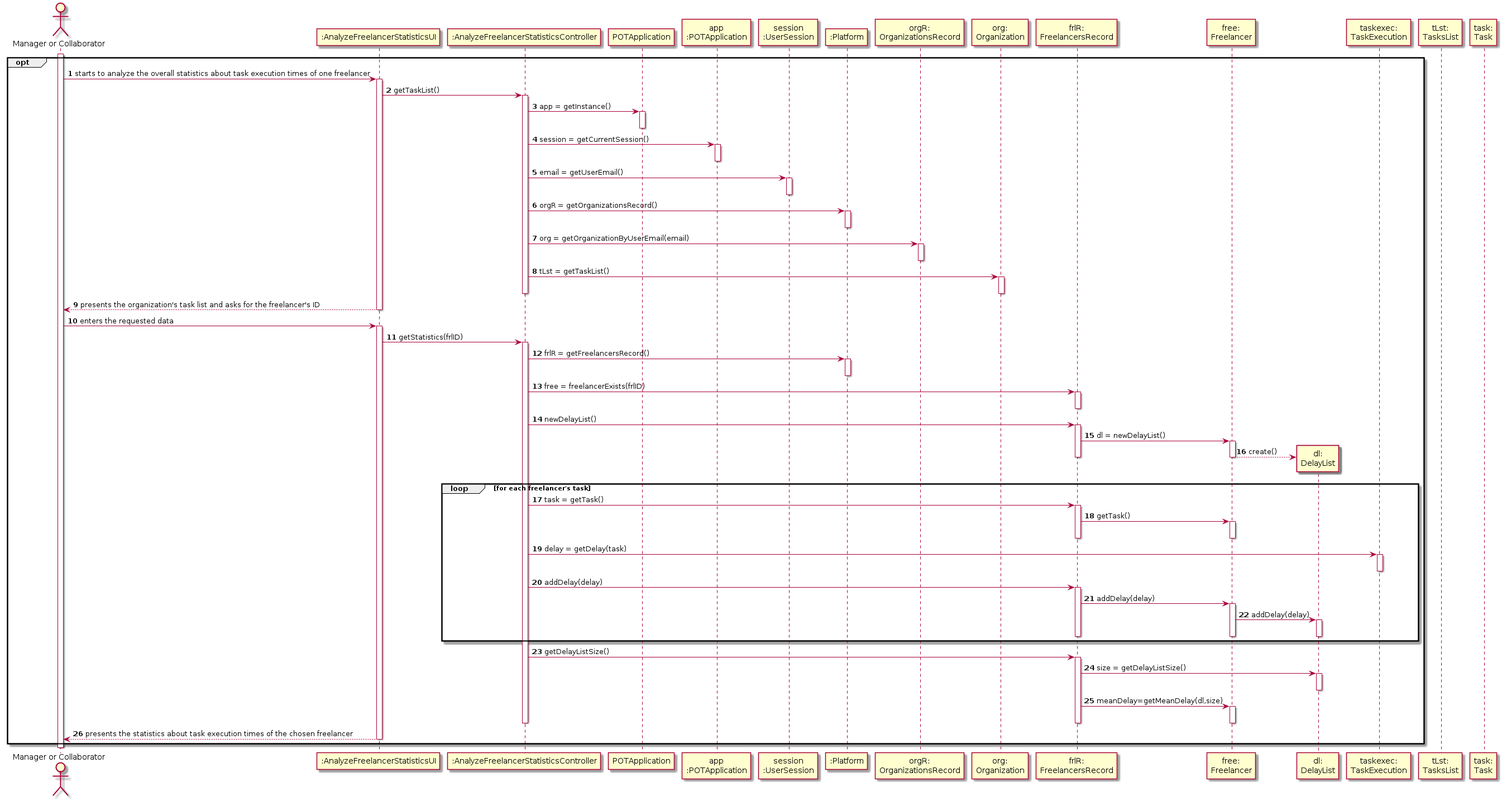
The PlantUML diagram docs/UC8 - Analyze freelancer statistics/UC8_SD.png in pedrolemos4/LAPR2, before a commit. Source of this version:
```plantuml
@startuml
autonumber

actor "Manager or Collaborator" as CO
participant ":AnalyzeFreelancerStatisticsUI" as UI
participant ":AnalyzeFreelancerStatisticsController" as CTRL
participant "POTApplication" as _APP
participant "app\n:POTApplication" as APP
participant "session\n:UserSession" as SESSAO
participant ":Platform" as PLAT
participant "orgR:\nOrganizationsRecord" as ORGR
participant "org:\nOrganization" as ORG
participant "frlR:\nFreelancersRecord" as FR
participant "free:\nFreelancer" as FRL
participant "dl:\nDelayList" as DL
participant "taskexec:\nTaskExecution" as TEXEC
participant "tLst:\nTasksList" as TL
participant "task:\nTask" as TA


opt
activate CO
CO -> UI : starts to analyze the overall statistics about task execution times of one freelancer

activate UI
UI -> CTRL: getTaskList()

activate CTRL

CTRL -> _APP: app = getInstance()
activate _APP
deactivate _APP

CTRL -> APP: session = getCurrentSession()
activate APP
deactivate APP

CTRL -> SESSAO: email = getUserEmail()
activate SESSAO
deactivate SESSAO

CTRL -> PLAT: orgR = getOrganizationsRecord()
activate PLAT
deactivate PLAT

CTRL -> ORGR: org = getOrganizationByUserEmail(email)
activate ORGR
deactivate ORGR

CTRL -> ORG: tLst = getTaskList()
activate ORG
deactivate ORG

deactivate CTRL
UI --> CO : presents the organization's task list and asks for the freelancer's ID
deactivate UI

CO -> UI : enters the requested data

activate UI
UI -> CTRL : getStatistics(frlID)


activate CTRL
CTRL -> PLAT: frlR = getFreelancersRecord()
activate PLAT
deactivate PLAT

CTRL -> FR: free = freelancerExists(frlID)
activate FR
deactivate FR

CTRL -> FR : newDelayList()
activate FR

FR -> FRL : dl = newDelayList()
activate FRL
FRL --> DL**: create()
deactivate FRL
deactivate FR

loop for each freelancer's task
CTRL -> FR :task = getTask()
activate FR

FR -> FRL : getTask()
activate FRL
deactivate FR
deactivate FRL

CTRL -> TEXEC: delay = getDelay(task)
activate TEXEC
deactivate TEXEC

CTRL -> FR : addDelay(delay)
activate FR

FR -> FRL : addDelay(delay)
activate FRL

FRL -> DL : addDelay(delay)
activate DL
deactivate DL
deactivate FRL
deactivate FR

end

CTRL -> FR : getDelayListSize()

activate FR
FR -> DL : size = getDelayListSize()
activate DL
deactivate DL

FR -> FRL : meanDelay=getMeanDelay(dl,size)
activate FRL
deactivate FRL
deactivate FR

deactivate CTRL


UI --> CO : presents the statistics about task execution times of the chosen freelancer
deactivate UI

end

deactivate CO
@enduml
```
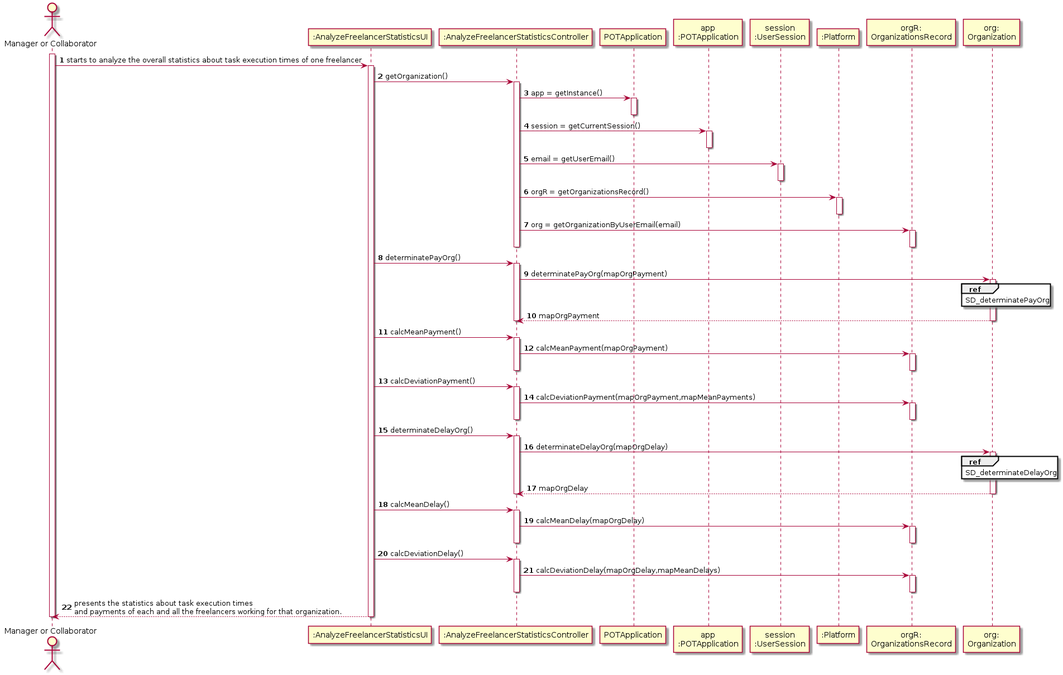
The same diagram one commit later.

Diff of the diagram source:
```diff
@@ -10,20 +10,13 @@
 participant ":Platform" as PLAT
 participant "orgR:\nOrganizationsRecord" as ORGR
 participant "org:\nOrganization" as ORG
-participant "frlR:\nFreelancersRecord" as FR
-participant "free:\nFreelancer" as FRL
-participant "dl:\nDelayList" as DL
-participant "taskexec:\nTaskExecution" as TEXEC
-participant "tLst:\nTasksList" as TL
-participant "task:\nTask" as TA
 
 
-opt
 activate CO
 CO -> UI : starts to analyze the overall statistics about task execution times of one freelancer
 
 activate UI
-UI -> CTRL: getTaskList()
+UI -> CTRL: getOrganization()
 
 activate CTRL
 
@@ -46,85 +39,66 @@
 CTRL -> ORGR: org = getOrganizationByUserEmail(email)
 activate ORGR
 deactivate ORGR
-
-CTRL -> ORG: tLst = getTaskList()
-activate ORG
-deactivate ORG
-
-deactivate CTRL
-UI --> CO : presents the organization's task list and asks for the freelancer's ID
-deactivate UI
-
-CO -> UI : enters the requested data
-
-activate UI
-UI -> CTRL : getStatistics(frlID)
-
-
-activate CTRL
-CTRL -> PLAT: frlR = getFreelancersRecord()
-activate PLAT
-deactivate PLAT
-
-CTRL -> FR: free = freelancerExists(frlID)
-activate FR
-deactivate FR
-
-CTRL -> FR : newDelayList()
-activate FR
-
-FR -> FRL : dl = newDelayList()
-activate FRL
-FRL --> DL**: create()
-deactivate FRL
-deactivate FR
-
-loop for each freelancer's task
-CTRL -> FR :task = getTask()
-activate FR
-
-FR -> FRL : getTask()
-activate FRL
-deactivate FR
-deactivate FRL
-
-CTRL -> TEXEC: delay = getDelay(task)
-activate TEXEC
-deactivate TEXEC
-
-CTRL -> FR : addDelay(delay)
-activate FR
-
-FR -> FRL : addDelay(delay)
-activate FRL
-
-FRL -> DL : addDelay(delay)
-activate DL
-deactivate DL
-deactivate FRL
-deactivate FR
-
-end
-
-CTRL -> FR : getDelayListSize()
-
-activate FR
-FR -> DL : size = getDelayListSize()
-activate DL
-deactivate DL
-
-FR -> FRL : meanDelay=getMeanDelay(dl,size)
-activate FRL
-deactivate FRL
-deactivate FR
-
 deactivate CTRL
 
 
-UI --> CO : presents the statistics about task execution times of the chosen freelancer
+UI -> CTRL : determinatePayOrg()
+activate CTRL
+
+CTRL -> ORG : determinatePayOrg(mapOrgPayment)
+activate ORG
+ref over ORG
+SD_determinatePayOrg
+end ref
+CTRL <-- ORG : mapOrgPayment
+deactivate ORG
+deactivate CTRL
+
+
+UI -> CTRL : calcMeanPayment()
+activate CTRL
+CTRL -> ORGR : calcMeanPayment(mapOrgPayment)
+activate ORGR
+deactivate ORGR
+deactivate CTRL
+
+UI -> CTRL : calcDeviationPayment()
+activate CTRL
+CTRL -> ORGR : calcDeviationPayment(mapOrgPayment,mapMeanPayments)
+activate ORGR
+deactivate ORGR
+deactivate CTRL
+
+UI -> CTRL : determinateDelayOrg()
+activate CTRL
+CTRL -> ORG : determinateDelayOrg(mapOrgDelay)
+activate ORG
+ref over ORG
+SD_determinateDelayOrg
+end ref
+CTRL <-- ORG : mapOrgDelay
+deactivate ORG
+deactivate CTRL
+
+UI -> CTRL : calcMeanDelay()
+activate CTRL
+CTRL -> ORGR : calcMeanDelay(mapOrgDelay)
+activate ORGR
+deactivate ORGR
+deactivate CTRL
+
+UI -> CTRL : calcDeviationDelay()
+activate CTRL
+CTRL -> ORGR : calcDeviationDelay(mapOrgDelay,mapMeanDelays)
+activate ORGR
+deactivate ORGR
+deactivate CTRL
+
+
+
+UI --> CO : presents the statistics about task execution times\nand payments of each and all the freelancers working for that organization.
 deactivate UI
 
-end
 
 deactivate CO
 @enduml
```
